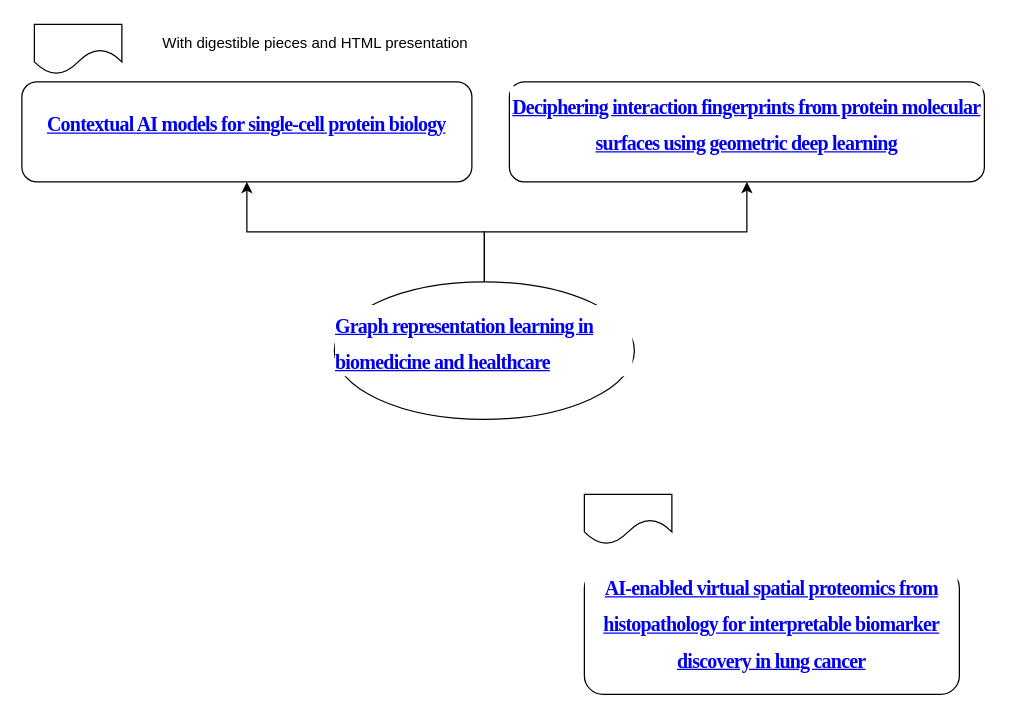
Above: Articles/Key_articles_links.drawio in liqingbioinfo/Presentations_Public (draw.io), before the change. Source tidied: cells renumbered, new cells numbered last; positions are measured from the earlier drawing's top-left corner, leaving out a move shared by most shapes. Both pictures are drawn from the tidied source at 125%, with x=0, y=0 at pixel (21, 24).
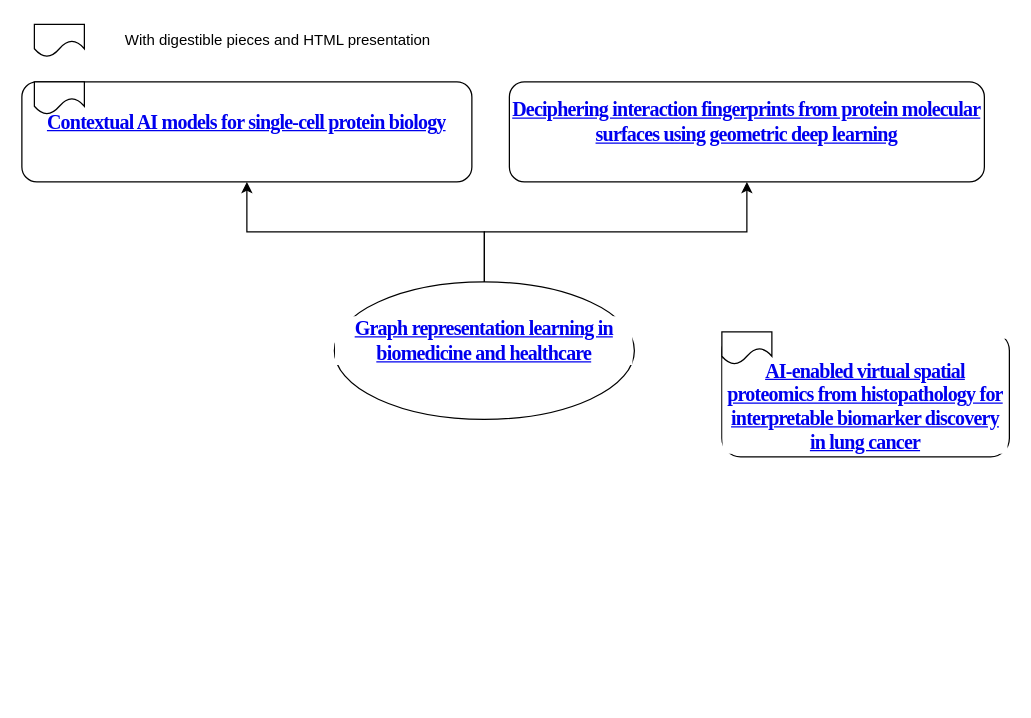
The same diagram, later.

The edit, as a diff of the source:
```diff
@@
 <mxGraphModel>
   <root>
     <mxCell id="0" />
     <mxCell id="1" parent="0" />
     <mxCell id="2" style="edgeStyle=orthogonalEdgeStyle;rounded=0;jettySize=auto;html=1;exitX=0.5;exitY=0;exitDx=0;exitDy=0;entryX=0.5;entryY=1;entryDx=0;entryDy=0;" parent="1" edge="1" source="4" target="6">
       <mxGeometry relative="1" as="geometry" />
     </mxCell>
     <mxCell id="3" style="edgeStyle=orthogonalEdgeStyle;rounded=0;jettySize=auto;html=1;exitX=0.5;exitY=0;exitDx=0;exitDy=0;" parent="1" edge="1" source="4" target="5">
       <mxGeometry relative="1" as="geometry" />
     </mxCell>
-    <mxCell id="4" value="&lt;h1 class=&quot;c-article-title&quot; style=&quot;margin: 0px 0px 16px; -webkit-font-smoothing: antialiased; font-family: Harding, Palatino, serif; letter-spacing: min(max(-0.0117156rem, 4vw), -0.0390625rem); line-height: 1.2; box-sizing: inherit; color: rgb(34, 34, 34); text-align: start; background-color: rgb(255, 255, 255);&quot;&gt;&lt;font style=&quot;font-size: 16px;&quot;&gt;&lt;a href=&quot;https://www.nature.com/articles/s41551-022-00942-x&quot;&gt;Graph representation learning in biomedicine and healthcare&lt;/a&gt;&lt;/font&gt;&lt;/h1&gt;" style="ellipse;whiteSpace=wrap;html=1;" parent="1" vertex="1">
+    <mxCell id="4" value="&lt;h1 class=&quot;c-article-title&quot; style=&quot;margin: 0px 0px 16px; -webkit-font-smoothing: antialiased; font-family: Harding, Palatino, serif; letter-spacing: min(max(-0.0117156rem, 4vw), -0.0390625rem); line-height: 1.2; box-sizing: inherit; color: rgb(34, 34, 34); background-color: rgb(255, 255, 255);&quot;&gt;&lt;font&gt;&lt;a href=&quot;https://www.nature.com/articles/s41551-022-00942-x&quot;&gt;Graph representation learning in biomedicine and healthcare&lt;/a&gt;&lt;/font&gt;&lt;/h1&gt;" style="ellipse;whiteSpace=wrap;html=1;fontSize=8;align=center;" parent="1" vertex="1">
       <mxGeometry x="250" y="206" width="240" height="110" as="geometry" />
     </mxCell>
-    <mxCell id="5" value="&lt;h1 class=&quot;c-article-title&quot; style=&quot;margin: 0px 0px 16px; -webkit-font-smoothing: antialiased; font-family: Harding, Palatino, serif; letter-spacing: min(max(-0.0117156rem, 4vw), -0.0390625rem); line-height: 1.2; box-sizing: inherit; color: rgb(34, 34, 34); background-color: rgb(255, 255, 255);&quot;&gt;&lt;font style=&quot;font-size: 16px;&quot;&gt;&lt;a href=&quot;https://www.nature.com/articles/s41592-019-0666-6&quot;&gt;Deciphering interaction fingerprints from protein molecular surfaces using geometric deep learning&lt;/a&gt;&lt;/font&gt;&lt;/h1&gt;" style="rounded=1;whiteSpace=wrap;html=1;align=center;" parent="1" vertex="1">
+    <mxCell id="5" value="&lt;h1 class=&quot;c-article-title&quot; style=&quot;margin: 0px 0px 16px; -webkit-font-smoothing: antialiased; font-family: Harding, Palatino, serif; letter-spacing: min(max(-0.0117156rem, 4vw), -0.0390625rem); line-height: 1.2; box-sizing: inherit; color: rgb(34, 34, 34); background-color: rgb(255, 255, 255);&quot;&gt;&lt;font&gt;&lt;a href=&quot;https://www.nature.com/articles/s41592-019-0666-6&quot;&gt;Deciphering interaction fingerprints from protein molecular surfaces using geometric deep learning&lt;/a&gt;&lt;/font&gt;&lt;/h1&gt;" style="rounded=1;whiteSpace=wrap;html=1;align=center;fontSize=8;" parent="1" vertex="1">
       <mxGeometry x="390" y="46" width="380" height="80" as="geometry" />
     </mxCell>
-    <mxCell id="6" value="&lt;h1 class=&quot;c-article-title&quot; style=&quot;margin: 0px 0px 16px; -webkit-font-smoothing: antialiased; font-family: Harding, Palatino, serif; letter-spacing: min(max(-0.0117156rem, 4vw), -0.0390625rem); line-height: 1.2; box-sizing: inherit; color: rgb(34, 34, 34); text-align: start; background-color: rgb(255, 255, 255);&quot;&gt;&lt;font style=&quot;font-size: 16px;&quot;&gt;&lt;a href=&quot;https://www.nature.com/articles/s41551-022-00942-x&quot;&gt;Contextual AI models for single-cell protein biology&lt;/a&gt;&lt;/font&gt;&lt;/h1&gt;" style="rounded=1;whiteSpace=wrap;html=1;align=center;" parent="1" vertex="1">
+    <mxCell id="6" value="&lt;h1 class=&quot;c-article-title&quot; style=&quot;margin: 0px 0px 16px; -webkit-font-smoothing: antialiased; font-family: Harding, Palatino, serif; letter-spacing: min(max(-0.0117156rem, 4vw), -0.0390625rem); line-height: 1.2; box-sizing: inherit; color: rgb(34, 34, 34); background-color: rgb(255, 255, 255);&quot;&gt;&lt;font&gt;&lt;a href=&quot;https://www.nature.com/articles/s41551-022-00942-x&quot;&gt;Contextual AI models for single-cell protein biology&lt;/a&gt;&lt;/font&gt;&lt;/h1&gt;" style="rounded=1;whiteSpace=wrap;html=1;align=center;fontSize=8;" parent="1" vertex="1">
       <mxGeometry y="46" width="360" height="80" as="geometry" />
     </mxCell>
     <mxCell id="7" style="shape=document;whiteSpace=wrap;html=1;boundedLbl=1;size=0.5;" parent="1" vertex="1">
-      <mxGeometry x="10" width="70" height="40" as="geometry" />
+      <mxGeometry x="10" width="40" height="26" as="geometry" />
     </mxCell>
-    <mxCell id="8" value="&lt;h1 class=&quot;c-article-title&quot; style=&quot;margin: 0px 0px 16px; -webkit-font-smoothing: antialiased; font-family: Harding, Palatino, serif; letter-spacing: min(max(-0.0117156rem, 4vw), -0.0390625rem); line-height: 1.2; box-sizing: inherit; color: rgb(34, 34, 34); background-color: rgb(255, 255, 255);&quot;&gt;&lt;font style=&quot;font-size: 16px;&quot;&gt;&lt;a href=&quot;https://www.nature.com/articles/s41591-025-04060-4&quot;&gt;AI-enabled virtual spatial proteomics from histopathology for interpretable biomarker discovery in lung cancer&lt;/a&gt;&lt;/font&gt;&lt;/h1&gt;" style="rounded=1;whiteSpace=wrap;html=1;align=center;" parent="1" vertex="1">
-      <mxGeometry x="450" y="436" width="300" height="100" as="geometry" />
+    <mxCell id="8" value="&lt;h1 class=&quot;c-article-title&quot; style=&quot;margin: 0px 0px 16px; -webkit-font-smoothing: antialiased; font-family: Harding, Palatino, serif; letter-spacing: min(max(-0.0117156rem, 4vw), -0.0390625rem); line-height: 1.2; box-sizing: inherit; color: rgb(34, 34, 34); background-color: rgb(255, 255, 255);&quot;&gt;&lt;br&gt;&lt;/h1&gt;&lt;h1 class=&quot;c-article-title&quot; style=&quot;margin: 0px 0px 16px; -webkit-font-smoothing: antialiased; font-family: Harding, Palatino, serif; letter-spacing: min(max(-0.0117156rem, 4vw), -0.0390625rem); line-height: 1.2; box-sizing: inherit; color: rgb(34, 34, 34); background-color: rgb(255, 255, 255);&quot;&gt;&lt;font&gt;&lt;a href=&quot;https://www.nature.com/articles/s41591-025-04060-4&quot;&gt;AI-enabled virtual spatial proteomics from histopathology for interpretable biomarker discovery in lung cancer&lt;/a&gt;&lt;/font&gt;&lt;/h1&gt;" style="rounded=1;whiteSpace=wrap;html=1;align=center;fontSize=8;" parent="1" vertex="1">
+      <mxGeometry x="560" y="246" width="230" height="100" as="geometry" />
     </mxCell>
-    <mxCell id="9" style="shape=document;whiteSpace=wrap;html=1;boundedLbl=1;size=0.5;" parent="1" vertex="1">
-      <mxGeometry x="450" y="376" width="70" height="40" as="geometry" />
-    </mxCell>
     <mxCell id="10" value="With digestible pieces and HTML presentation" style="text;html=1;whiteSpace=wrap;strokeColor=none;fillColor=none;align=center;verticalAlign=middle;rounded=0;" parent="1" vertex="1">
-      <mxGeometry x="90" width="290" height="30" as="geometry" />
+      <mxGeometry x="60" y="-2" width="290" height="30" as="geometry" />
     </mxCell>
+    <mxCell id="11" style="shape=document;whiteSpace=wrap;html=1;boundedLbl=1;size=0.5;" parent="1" vertex="1">
+      <mxGeometry x="10" y="46" width="40" height="26" as="geometry" />
+    </mxCell>
+    <mxCell id="12" style="shape=document;whiteSpace=wrap;html=1;boundedLbl=1;size=0.5;" parent="1" vertex="1">
+      <mxGeometry x="560" y="246" width="40" height="26" as="geometry" />
+    </mxCell>
   </root>
 </mxGraphModel>
```
